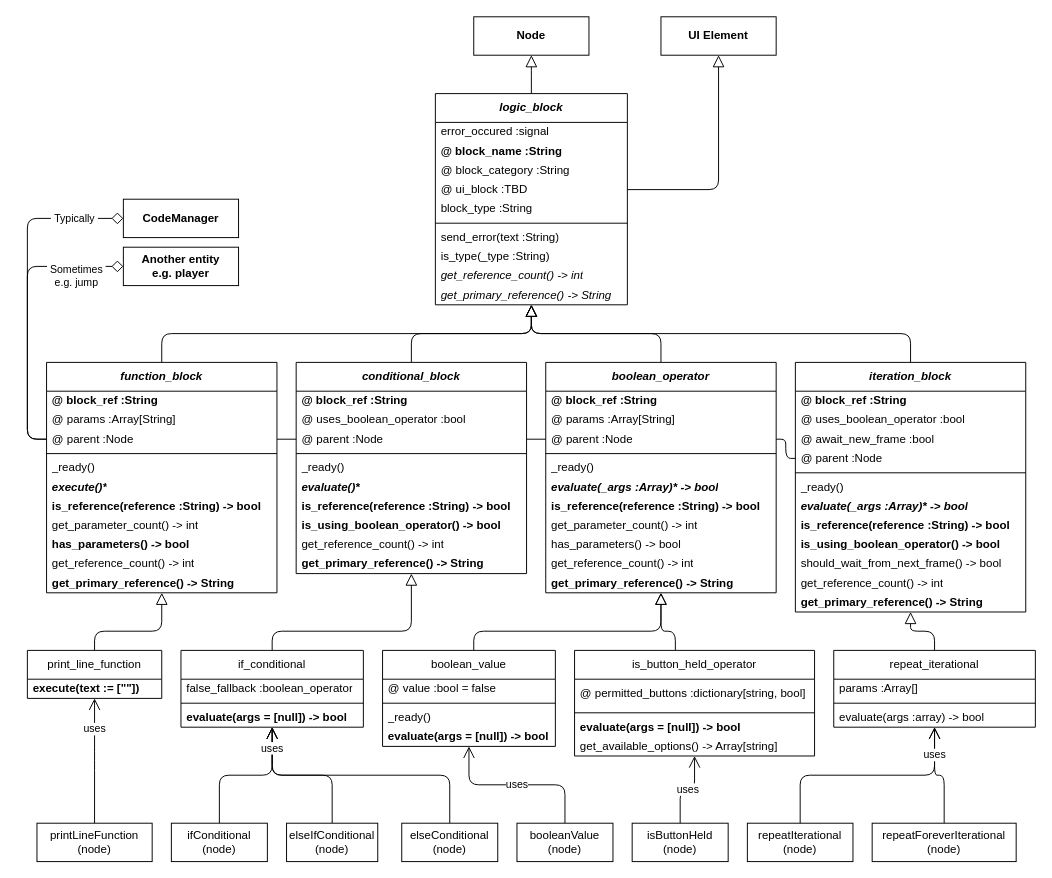
Before: docs/assets/catCode-LogicalBlocks-ClassDiagram.drawio in DrewanR/CodeHeist, a draw.io diagram. Source tidied: cells renumbered, new cells numbered last; positions are measured from the earlier drawing's top-left corner, leaving out a move shared by most shapes. Both pictures are drawn from the tidied source at 96%, with x=0, y=0 at pixel (27, 16).
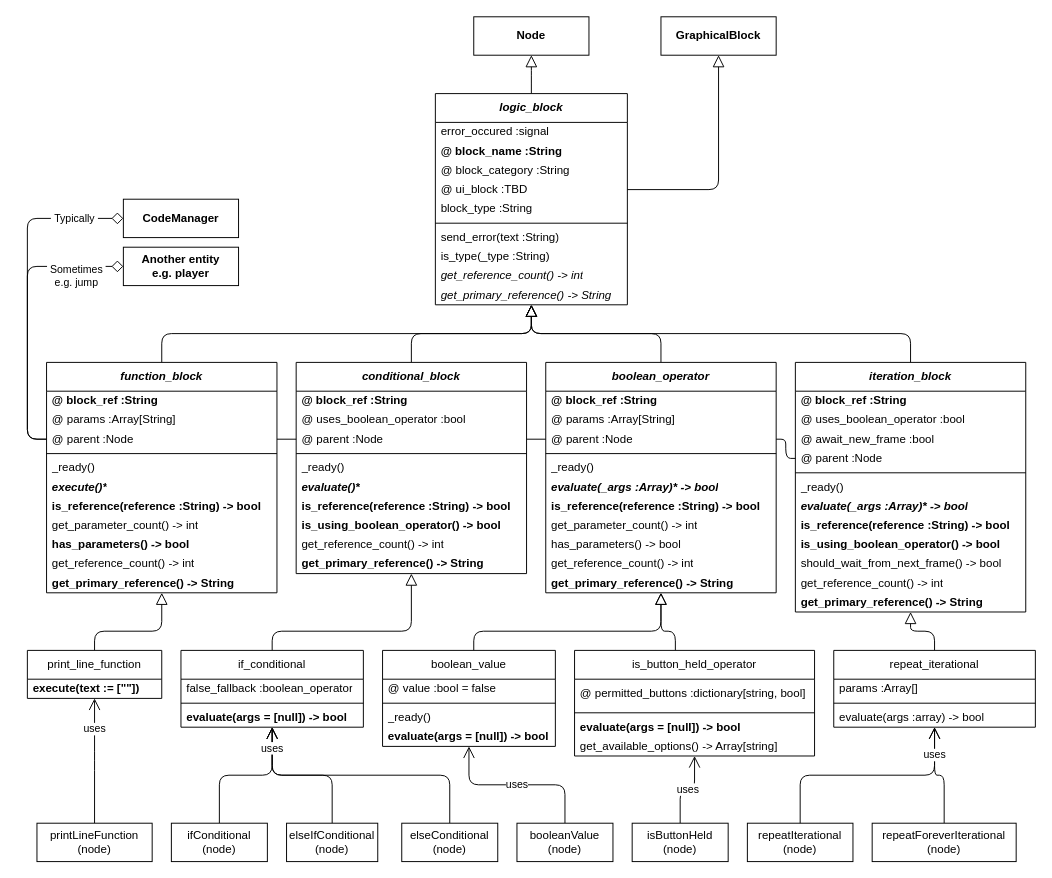
Above is the later version.

Commit message (it also covers changes not shown here):
Diagram tweaking

What changed in the source:
```diff
@@
-    <mxCell id="42" value="&lt;b&gt;UI Element&lt;/b&gt;" style="rounded=0;whiteSpace=wrap;html=1;" parent="1" vertex="1">
+    <mxCell id="42" value="&lt;b&gt;GraphicalBlock&lt;/b&gt;" style="rounded=0;whiteSpace=wrap;html=1;" parent="1" vertex="1">
       <mxGeometry x="660" width="120" height="40" as="geometry" />
     </mxCell>
```
